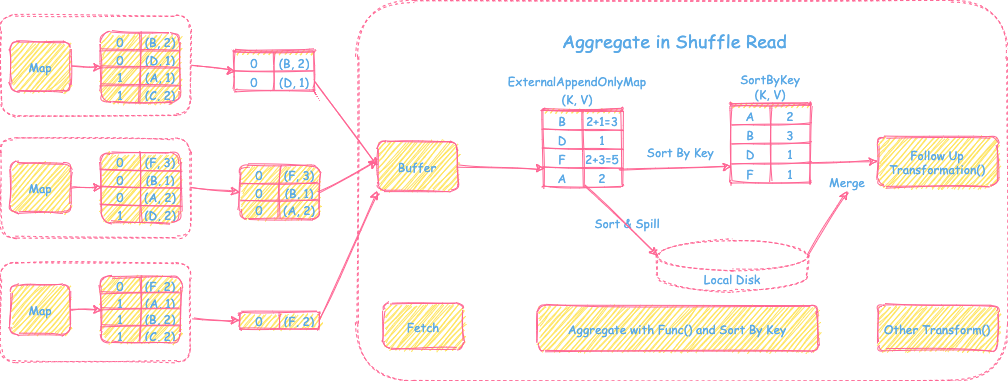
Before: img/spark/shuffle/Agg_in_Shuffle_Read.png, a diagram exported from draw.io (hankemay/hanke.github.io). Source tidied: cells renumbered, new cells last; positions are measured from the earlier drawing's top-left corner, leaving out a move shared by most shapes.
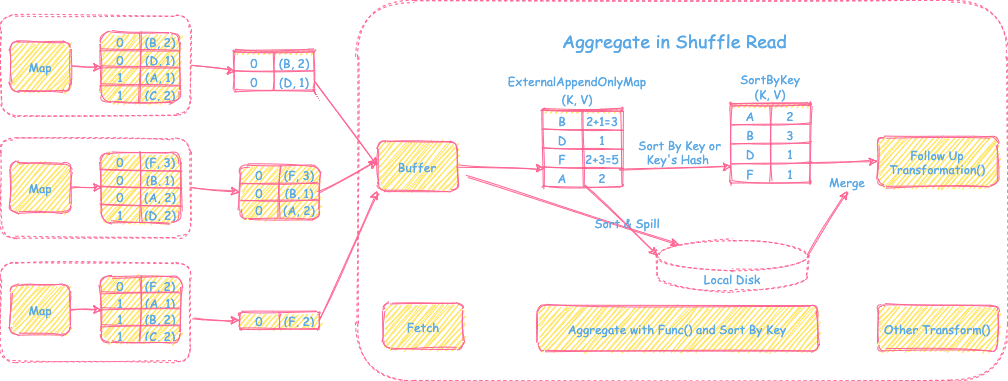
Later version of the same file.

Diff of the diagram source:
```diff
@@ -301,8 +301,10 @@
     <mxCell id="100" value="Local Disk" style="shape=cylinder3;whiteSpace=wrap;html=1;boundedLbl=1;backgroundOutline=1;size=15;dashed=1;fontFamily=Comic Sans MS;fillColor=none;strokeColor=#FF6392;fontColor=#5AA9E6;sketch=1;rounded=1;" parent="1" vertex="1">
       <mxGeometry x="657" y="240" width="150" height="50" as="geometry" />
     </mxCell>
-    <mxCell id="101" style="endArrow=classic;html=1;fontFamily=Comic Sans MS;entryX=0.145;entryY=0;entryDx=0;entryDy=4.35;strokeColor=#FF6392;fontColor=#5AA9E6;sketch=1;entryPerimeter=0;exitX=1;exitY=0.5;exitDx=0;exitDy=0;" parent="1" edge="1" source="x" target="100">
-      <mxGeometry relative="1" as="geometry" />
+    <mxCell id="101" style="endArrow=classic;html=1;fontFamily=Comic Sans MS;entryX=0.145;entryY=0;entryDx=0;entryDy=4.35;strokeColor=#FF6392;fontColor=#5AA9E6;sketch=1;entryPerimeter=0;exitX=1;exitY=0.5;exitDx=0;exitDy=0;" parent="1" edge="1" target="100">
+      <mxGeometry relative="1" as="geometry">
+        <mxPoint x="467" y="176.3" as="sourcePoint" />
+      </mxGeometry>
     </mxCell>
     <mxCell id="102" value="Sort &amp;amp; Spill" style="text;html=1;strokeColor=none;fillColor=none;align=center;verticalAlign=middle;whiteSpace=wrap;rounded=0;sketch=1;fontFamily=Comic Sans MS;fontColor=#5AA9E6;" parent="1" vertex="1">
       <mxGeometry x="567" y="212" width="120" height="20" as="geometry" />
@@ -355,8 +357,8 @@
     <mxCell id="118" style="endArrow=classic;html=1;fontFamily=Comic Sans MS;entryX=0.013;entryY=1.158;entryDx=0;entryDy=0;strokeColor=#FF6392;fontColor=#5AA9E6;sketch=1;entryPerimeter=0;exitX=0.963;exitY=0.079;exitDx=0;exitDy=0;exitPerimeter=0;" parent="1" edge="1" source="96" target="110">
       <mxGeometry relative="1" as="geometry" />
     </mxCell>
-    <mxCell id="119" value="Sort By Key&amp;nbsp;" style="text;html=1;strokeColor=none;fillColor=none;align=center;verticalAlign=middle;whiteSpace=wrap;rounded=0;sketch=1;fontFamily=Comic Sans MS;fontColor=#5AA9E6;" parent="1" vertex="1">
-      <mxGeometry x="622" y="140.5" width="120" height="20" as="geometry" />
+    <mxCell id="119" value="Sort By Key or Key's Hash&amp;nbsp;" style="text;html=1;strokeColor=none;fillColor=none;align=center;verticalAlign=middle;whiteSpace=wrap;rounded=0;sketch=1;fontFamily=Comic Sans MS;fontColor=#5AA9E6;" parent="1" vertex="1">
+      <mxGeometry x="622" y="140.5" width="115" height="20" as="geometry" />
     </mxCell>
     <mxCell id="120" style="endArrow=classic;html=1;fontFamily=Comic Sans MS;entryX=0;entryY=0.5;entryDx=0;entryDy=0;strokeColor=#FF6392;fontColor=#5AA9E6;sketch=1;exitX=0.975;exitY=-0.053;exitDx=0;exitDy=0;exitPerimeter=0;" parent="1" edge="1" source="113" target="80">
       <mxGeometry relative="1" as="geometry" />
```
